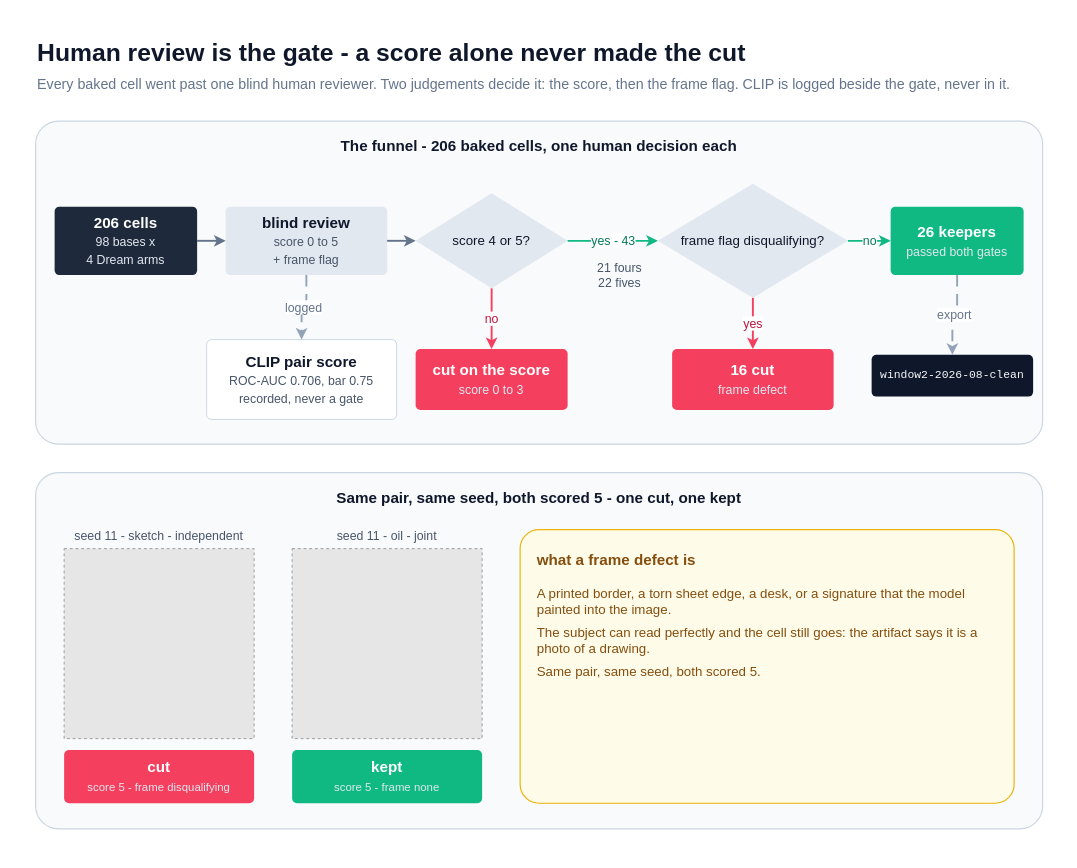
Earlier version of the draw.io diagram docs/figures/review.drawio (Portocolom-Studio/potocolom). Source tidied: cells renumbered, new cells numbered last; positions are measured from the earlier drawing's top-left corner, leaving out a move shared by most shapes. Both pictures are drawn from the tidied source at 95%, with x=0, y=0 at pixel (16, 16). Pictures stored in the file or linked from it are replaced by grey dashed boxes.
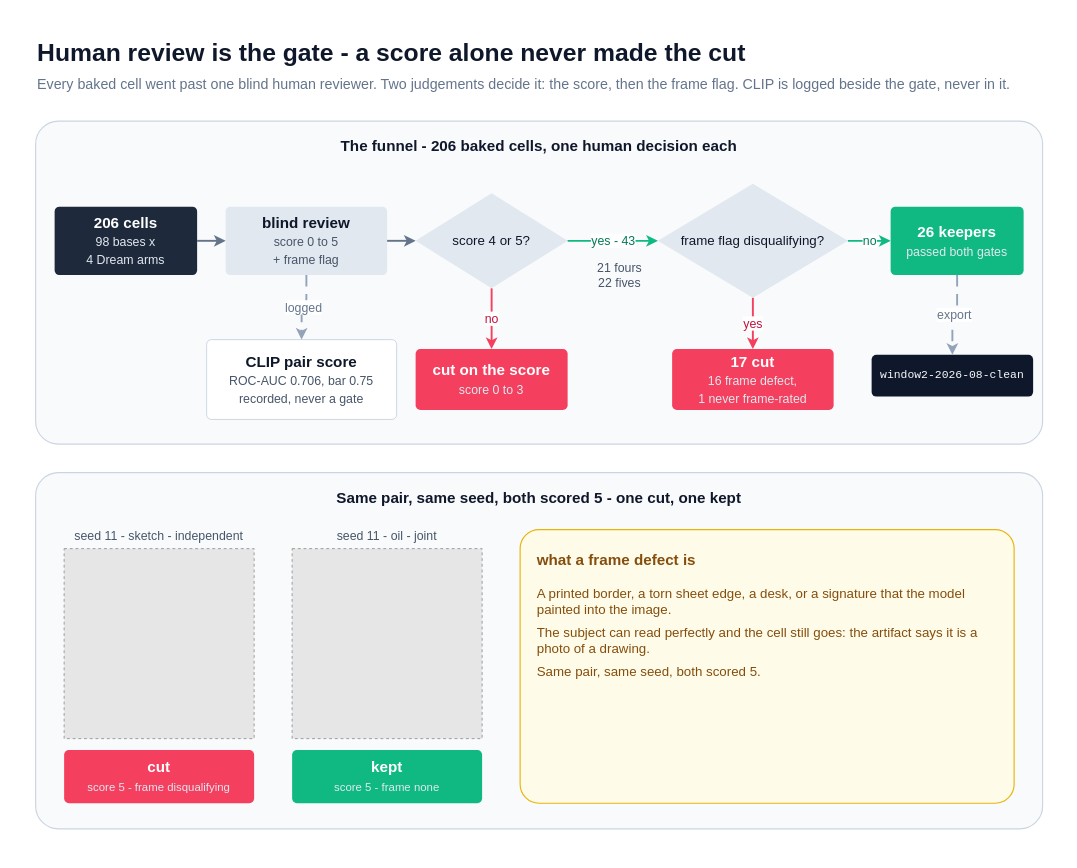
After the change.

The edit, as a diff of the source:
```diff
@@
-    <mxCell id="17" value="&lt;b&gt;16 cut&lt;/b&gt;&lt;br&gt;&lt;span style=&quot;font-size:13px;font-weight:normal;color:#e2e8f0&quot;&gt;frame defect&lt;/span&gt;" style="rounded=1;absoluteArcSize=1;arcSize=10;whiteSpace=wrap;html=1;fillColor=#f43f5e;strokeColor=none;fontFamily=Helvetica;fontSize=16;fontColor=#ffffff;align=center;spacingLeft=8;spacingRight=8;" parent="1" vertex="1">
+    <mxCell id="17" value="&lt;b&gt;17 cut&lt;/b&gt;&lt;br&gt;&lt;span style=&quot;font-size:13px;font-weight:normal;color:#e2e8f0&quot;&gt;16 frame defect,&lt;br&gt;1 never frame-rated&lt;/span&gt;" style="rounded=1;absoluteArcSize=1;arcSize=10;whiteSpace=wrap;html=1;fillColor=#f43f5e;strokeColor=none;fontFamily=Helvetica;fontSize=16;fontColor=#ffffff;align=center;spacingLeft=8;spacingRight=8;" parent="1" vertex="1">
       <mxGeometry x="690" y="350" width="170" height="64" as="geometry" />
     </mxCell>
```
